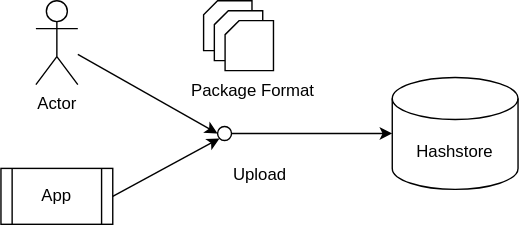
Above: large_package_context.drawio.svg in datadavev/large_store_notes (draw.io), before the change. Source tidied: cells renumbered, new cells last; positions are measured from the earlier drawing's top-left corner, leaving out a move shared by most shapes. Source of this version:
```xml
<mxGraphModel>
  <root>
    <mxCell id="0" />
    <mxCell id="1" parent="0" />
    <mxCell id="2" value="Actor" style="shape=umlActor;verticalLabelPosition=bottom;verticalAlign=top;html=1;outlineConnect=0;" parent="1" vertex="1">
      <mxGeometry x="25" width="30" height="60" as="geometry" />
    </mxCell>
    <mxCell id="3" value="App" style="shape=process;whiteSpace=wrap;html=1;backgroundOutline=1;" parent="1" vertex="1">
      <mxGeometry y="120" width="80" height="40" as="geometry" />
    </mxCell>
    <mxCell id="4" style="group;" parent="1" vertex="1">
      <mxGeometry x="145" width="50" height="50" as="geometry" />
    </mxCell>
    <mxCell id="5" style="shape=card;whiteSpace=wrap;html=1;size=10;" parent="4" vertex="1">
      <mxGeometry width="34.6" height="35.7" as="geometry" />
    </mxCell>
    <mxCell id="6" style="shape=card;whiteSpace=wrap;html=1;size=10;" parent="4" vertex="1">
      <mxGeometry x="7.7" y="7.1" width="34.6" height="35.7" as="geometry" />
    </mxCell>
    <mxCell id="7" style="shape=card;whiteSpace=wrap;html=1;size=10;" parent="4" vertex="1">
      <mxGeometry x="15.4" y="14.3" width="34.6" height="35.7" as="geometry" />
    </mxCell>
    <mxCell id="8" value="Hashstore" style="shape=cylinder3;whiteSpace=wrap;html=1;boundedLbl=1;backgroundOutline=1;size=15;" parent="1" vertex="1">
      <mxGeometry x="280" y="55" width="90" height="80" as="geometry" />
    </mxCell>
    <mxCell id="9" style="ellipse;whiteSpace=wrap;html=1;" parent="1" vertex="1">
      <mxGeometry x="155" y="90" width="10" height="10" as="geometry" />
    </mxCell>
    <mxCell id="10" style="endArrow=classic;html=1;rounded=0;entryX=0;entryY=0.5;entryDx=0;entryDy=0;" parent="1" edge="1" source="2" target="9">
      <mxGeometry relative="1" as="geometry" />
    </mxCell>
    <mxCell id="11" style="endArrow=classic;html=1;rounded=0;entryX=0;entryY=1;entryDx=0;entryDy=0;exitX=1;exitY=0.5;exitDx=0;exitDy=0;" parent="1" edge="1" source="3" target="9">
      <mxGeometry relative="1" as="geometry" />
    </mxCell>
    <mxCell id="12" style="endArrow=classic;html=1;rounded=0;entryX=0;entryY=0.5;entryDx=0;entryDy=0;exitX=1;exitY=0.5;exitDx=0;exitDy=0;entryPerimeter=0;" parent="1" edge="1" source="9" target="8">
      <mxGeometry relative="1" as="geometry" />
    </mxCell>
    <mxCell id="13" value="Upload" style="text;html=1;align=center;verticalAlign=middle;strokeColor=none;fillColor=none;" parent="1" vertex="1">
      <mxGeometry x="155" y="110" width="60" height="30" as="geometry" />
    </mxCell>
    <mxCell id="14" value="Package Format" style="text;html=1;align=center;verticalAlign=middle;strokeColor=none;fillColor=none;" parent="1" vertex="1">
      <mxGeometry x="125" y="50" width="110" height="30" as="geometry" />
    </mxCell>
  </root>
</mxGraphModel>
```
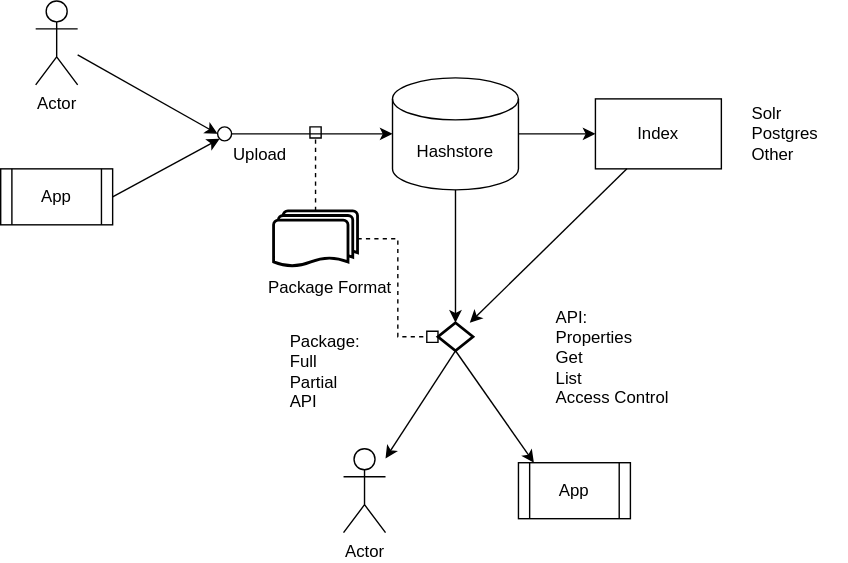
Above is the later version.

Change to the diagram source:
```diff
@@ -2,44 +2,79 @@
   <root>
     <mxCell id="0" />
     <mxCell id="1" parent="0" />
-    <mxCell id="2" value="Actor" style="shape=umlActor;verticalLabelPosition=bottom;verticalAlign=top;html=1;outlineConnect=0;" parent="1" vertex="1">
-      <mxGeometry x="25" width="30" height="60" as="geometry" />
-    </mxCell>
-    <mxCell id="3" value="App" style="shape=process;whiteSpace=wrap;html=1;backgroundOutline=1;" parent="1" vertex="1">
-      <mxGeometry y="120" width="80" height="40" as="geometry" />
-    </mxCell>
-    <mxCell id="4" style="group;" parent="1" vertex="1">
-      <mxGeometry x="145" width="50" height="50" as="geometry" />
-    </mxCell>
-    <mxCell id="5" style="shape=card;whiteSpace=wrap;html=1;size=10;" parent="4" vertex="1">
-      <mxGeometry width="34.6" height="35.7" as="geometry" />
-    </mxCell>
-    <mxCell id="6" style="shape=card;whiteSpace=wrap;html=1;size=10;" parent="4" vertex="1">
-      <mxGeometry x="7.7" y="7.1" width="34.6" height="35.7" as="geometry" />
-    </mxCell>
-    <mxCell id="7" style="shape=card;whiteSpace=wrap;html=1;size=10;" parent="4" vertex="1">
-      <mxGeometry x="15.4" y="14.3" width="34.6" height="35.7" as="geometry" />
-    </mxCell>
+    <mxCell id="15" value="Actor" style="shape=umlActor;verticalLabelPosition=bottom;verticalAlign=top;html=1;outlineConnect=0;" parent="1" vertex="1">
+      <mxGeometry x="-125" y="-80" width="30" height="60" as="geometry" />
+    </mxCell>
+    <mxCell id="16" value="App" style="shape=process;whiteSpace=wrap;html=1;backgroundOutline=1;" parent="1" vertex="1">
+      <mxGeometry x="-150" y="40" width="80" height="40" as="geometry" />
+    </mxCell>
     <mxCell id="8" value="Hashstore" style="shape=cylinder3;whiteSpace=wrap;html=1;boundedLbl=1;backgroundOutline=1;size=15;" parent="1" vertex="1">
-      <mxGeometry x="280" y="55" width="90" height="80" as="geometry" />
+      <mxGeometry x="130" y="-25" width="90" height="80" as="geometry" />
     </mxCell>
-    <mxCell id="9" style="ellipse;whiteSpace=wrap;html=1;" parent="1" vertex="1">
-      <mxGeometry x="155" y="90" width="10" height="10" as="geometry" />
-    </mxCell>
-    <mxCell id="10" style="endArrow=classic;html=1;rounded=0;entryX=0;entryY=0.5;entryDx=0;entryDy=0;" parent="1" edge="1" source="2" target="9">
-      <mxGeometry relative="1" as="geometry" />
-    </mxCell>
-    <mxCell id="11" style="endArrow=classic;html=1;rounded=0;entryX=0;entryY=1;entryDx=0;entryDy=0;exitX=1;exitY=0.5;exitDx=0;exitDy=0;" parent="1" edge="1" source="3" target="9">
-      <mxGeometry relative="1" as="geometry" />
-    </mxCell>
-    <mxCell id="12" style="endArrow=classic;html=1;rounded=0;entryX=0;entryY=0.5;entryDx=0;entryDy=0;exitX=1;exitY=0.5;exitDx=0;exitDy=0;entryPerimeter=0;" parent="1" edge="1" source="9" target="8">
-      <mxGeometry relative="1" as="geometry" />
-    </mxCell>
+    <mxCell id="17" style="ellipse;whiteSpace=wrap;html=1;" parent="1" vertex="1">
+      <mxGeometry x="5" y="10" width="10" height="10" as="geometry" />
+    </mxCell>
+    <mxCell id="18" style="endArrow=classic;html=1;rounded=0;entryX=0;entryY=0.5;entryDx=0;entryDy=0;" parent="1" edge="1" source="15" target="17">
+      <mxGeometry relative="1" as="geometry" />
+    </mxCell>
+    <mxCell id="19" style="endArrow=classic;html=1;rounded=0;entryX=0;entryY=1;entryDx=0;entryDy=0;exitX=1;exitY=0.5;exitDx=0;exitDy=0;" parent="1" edge="1" source="16" target="17">
+      <mxGeometry relative="1" as="geometry" />
+    </mxCell>
+    <mxCell id="20" style="endArrow=classic;html=1;rounded=0;entryX=0;entryY=0.5;entryDx=0;entryDy=0;exitX=1;exitY=0.5;exitDx=0;exitDy=0;entryPerimeter=0;" parent="1" edge="1" source="17" target="8">
+      <mxGeometry relative="1" as="geometry" />
+    </mxCell>
     <mxCell id="13" value="Upload" style="text;html=1;align=center;verticalAlign=middle;strokeColor=none;fillColor=none;" parent="1" vertex="1">
-      <mxGeometry x="155" y="110" width="60" height="30" as="geometry" />
+      <mxGeometry x="5" y="15" width="60" height="30" as="geometry" />
     </mxCell>
     <mxCell id="14" value="Package Format" style="text;html=1;align=center;verticalAlign=middle;strokeColor=none;fillColor=none;" parent="1" vertex="1">
-      <mxGeometry x="125" y="50" width="110" height="30" as="geometry" />
+      <mxGeometry x="30" y="110" width="110" height="30" as="geometry" />
     </mxCell>
+    <mxCell id="21" value="Index" style="rounded=0;whiteSpace=wrap;html=1;" parent="1" vertex="1">
+      <mxGeometry x="275" y="-10" width="90" height="50" as="geometry" />
+    </mxCell>
+    <mxCell id="22" style="endArrow=classic;html=1;rounded=0;entryX=0;entryY=0.5;entryDx=0;entryDy=0;exitX=1;exitY=0.5;exitDx=0;exitDy=0;exitPerimeter=0;" parent="1" edge="1" source="8" target="21">
+      <mxGeometry relative="1" as="geometry" />
+    </mxCell>
+    <mxCell id="23" value="Actor" style="shape=umlActor;verticalLabelPosition=bottom;verticalAlign=top;html=1;outlineConnect=0;" parent="1" vertex="1">
+      <mxGeometry x="95" y="240" width="30" height="60" as="geometry" />
+    </mxCell>
+    <mxCell id="24" style="edgeStyle=orthogonalEdgeStyle;rounded=0;jettySize=auto;html=1;endArrow=box;endFill=0;dashed=1;" parent="1" edge="1" source="25">
+      <mxGeometry relative="1" as="geometry">
+        <mxPoint x="75" y="10" as="targetPoint" />
+      </mxGeometry>
+    </mxCell>
+    <mxCell id="25" style="strokeWidth=2;html=1;shape=mxgraph.flowchart.multi-document;whiteSpace=wrap;" parent="1" vertex="1">
+      <mxGeometry x="45" y="70" width="60" height="40" as="geometry" />
+    </mxCell>
+    <mxCell id="26" style="strokeWidth=2;html=1;shape=mxgraph.flowchart.decision;whiteSpace=wrap;" parent="1" vertex="1">
+      <mxGeometry x="162.5" y="150" width="25" height="20" as="geometry" />
+    </mxCell>
+    <mxCell id="27" value="App" style="shape=process;whiteSpace=wrap;html=1;backgroundOutline=1;" parent="1" vertex="1">
+      <mxGeometry x="220" y="250" width="80" height="40" as="geometry" />
+    </mxCell>
+    <mxCell id="28" style="endArrow=classic;html=1;rounded=0;exitX=0.5;exitY=1;exitDx=0;exitDy=0;exitPerimeter=0;" parent="1" edge="1" source="8" target="26">
+      <mxGeometry relative="1" as="geometry" />
+    </mxCell>
+    <mxCell id="29" style="endArrow=classic;html=1;rounded=0;exitX=0.25;exitY=1;exitDx=0;exitDy=0;" parent="1" edge="1" source="21" target="26">
+      <mxGeometry relative="1" as="geometry" />
+    </mxCell>
+    <mxCell id="30" style="endArrow=classic;html=1;rounded=0;exitX=0.5;exitY=1;exitDx=0;exitDy=0;exitPerimeter=0;" parent="1" edge="1" source="26" target="23">
+      <mxGeometry relative="1" as="geometry" />
+    </mxCell>
+    <mxCell id="31" style="endArrow=classic;html=1;rounded=0;exitX=0.5;exitY=1;exitDx=0;exitDy=0;exitPerimeter=0;entryX=0.138;entryY=0;entryDx=0;entryDy=0;entryPerimeter=0;" parent="1" edge="1" source="26" target="27">
+      <mxGeometry relative="1" as="geometry" />
+    </mxCell>
+    <mxCell id="32" value="&lt;div&gt;API:&lt;/div&gt;&lt;div&gt;Properties&lt;/div&gt;Get&lt;div&gt;List&lt;/div&gt;&lt;div&gt;Access Control&lt;/div&gt;" style="text;html=1;align=left;verticalAlign=middle;strokeColor=none;fillColor=none;" parent="1" vertex="1">
+      <mxGeometry x="245" y="130" width="100" height="90" as="geometry" />
+    </mxCell>
+    <mxCell id="33" value="Solr&lt;div&gt;Postgres&lt;/div&gt;&lt;div style=&quot;&quot;&gt;Other&lt;/div&gt;" style="text;html=1;align=left;verticalAlign=middle;strokeColor=none;fillColor=none;" parent="1" vertex="1">
+      <mxGeometry x="385" y="-15" width="70" height="60" as="geometry" />
+    </mxCell>
+    <mxCell id="34" style="edgeStyle=orthogonalEdgeStyle;rounded=0;jettySize=auto;html=1;exitX=1;exitY=0.5;exitDx=0;exitDy=0;exitPerimeter=0;entryX=0;entryY=0.5;entryDx=0;entryDy=0;entryPerimeter=0;endArrow=box;endFill=0;dashed=1;" parent="1" edge="1" source="25" target="26">
+      <mxGeometry relative="1" as="geometry" />
+    </mxCell>
+    <mxCell id="35" value="&lt;div&gt;&lt;span style=&quot;background-color: transparent; color: light-dark(rgb(0, 0, 0), rgb(255, 255, 255));&quot;&gt;Package:&lt;/span&gt;&lt;/div&gt;&lt;div&gt;&lt;span style=&quot;background-color: transparent; color: light-dark(rgb(0, 0, 0), rgb(255, 255, 255));&quot;&gt;Full&lt;/span&gt;&lt;/div&gt;&lt;div&gt;Partial&lt;/div&gt;&lt;div&gt;API&lt;/div&gt;" style="text;html=1;align=left;verticalAlign=middle;strokeColor=none;fillColor=none;" parent="1" vertex="1">
+      <mxGeometry x="55" y="150" width="70" height="70" as="geometry" />
+    </mxCell>
   </root>
 </mxGraphModel>
```
